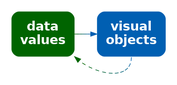
pmur002/hdvw keeps this Graphviz diagram as Diagrams/data-obj-decode.png. Above is the earlier version. Its source is kept beside it as Diagrams/data-obj-decode.dot.
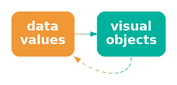
After the change.

What changed in the source:
```diff
@@ -1,9 +1,9 @@
 digraph {
   graph [ rankdir=LR; margin=.2; nodesep=.5 ];
   node [ fontsize=20; fontname="sans bold"; margin=.2 ];
-  data [ label="data\nvalues"; shape=box; style="filled, rounded"; penwidth=0; fontcolor=white; fillcolor="#006400" ]
+  data [ label="data\nvalues"; shape=box; style="filled, rounded"; penwidth=0; fontcolor=white; fillcolor="#F09736" ]
   obj [ label="visual\nobjects"; shape=box;
-     style="filled, rounded"; penwidth=0; fontcolor=white; fillcolor="#005FB2" ]
-  data -> obj [ color="#006400;0.1:#006314;0.1:#006328;0.1:#00623B;0.1:#00624F;0.1:#006163;0.1:#006177;0.1:#00608A;0.1:#00609E;0.1:#005FB2;0.1" ]
-  obj:s -> data:se [ style="dashed", color="#005FB2;0.1:#00609E;0.1:#00608A;0.1:#006177;0.1:#006163;0.1:#00624F;0.1:#00623B;0.1:#006328;0.1:#006314;0.1:#006400;0.1" ]
+     style="filled, rounded"; penwidth=0; fontcolor=white; fillcolor="#00B19B" ]
+  data -> obj [ color="#F09736;0.1:#D59A41;0.1:#BB9D4C;0.1:#A0A058;0.1:#85A363;0.1:#6BA56E;0.1:#50A879;0.1:#35AB85;0.1:#1BAE90;0.1:#00B19B;0.1" ]
+  obj:s -> data:se [ style="dashed", color="#00B19B;0.1:#1BAE90;0.1:#35AB85;0.1:#50A879;0.1:#6BA56E;0.1:#85A363;0.1:#A0A058;0.1:#BB9D4C;0.1:#D59A41;0.1:#F09736;0.1" ]
 }
```
